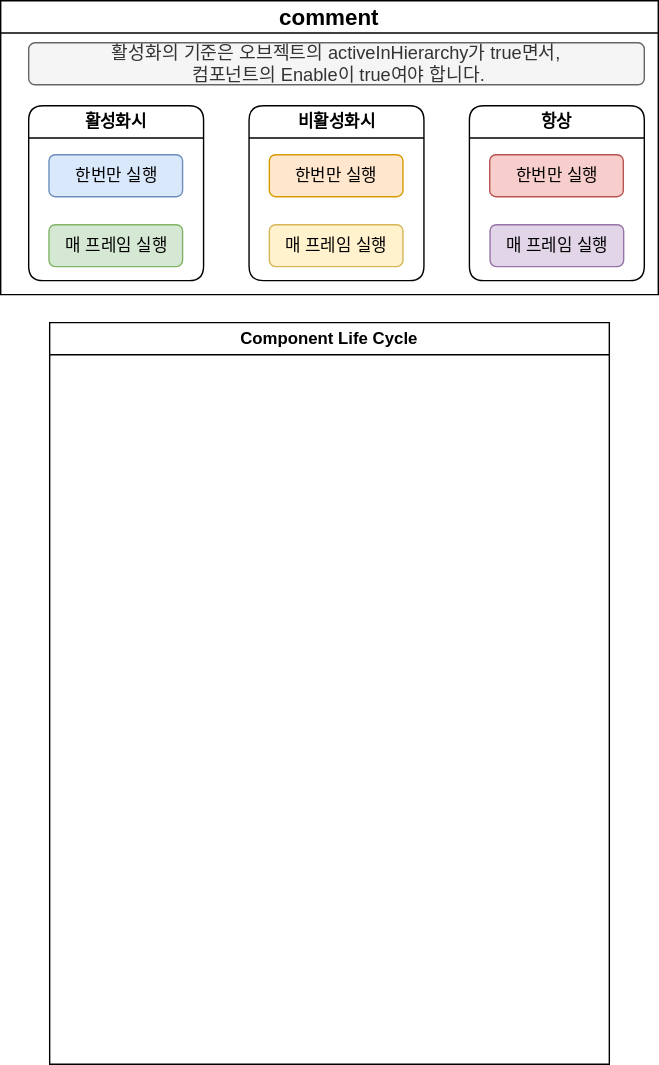
This is Diagram/ComponentLifeCycleFlowchart.drawio.svg from Scarecrow37/VanishingGround, a draw.io export, as it was before one commit. Source tidied: cells renumbered, new cells last; positions are measured from the earlier drawing's top-left corner, leaving out a move shared by most shapes.
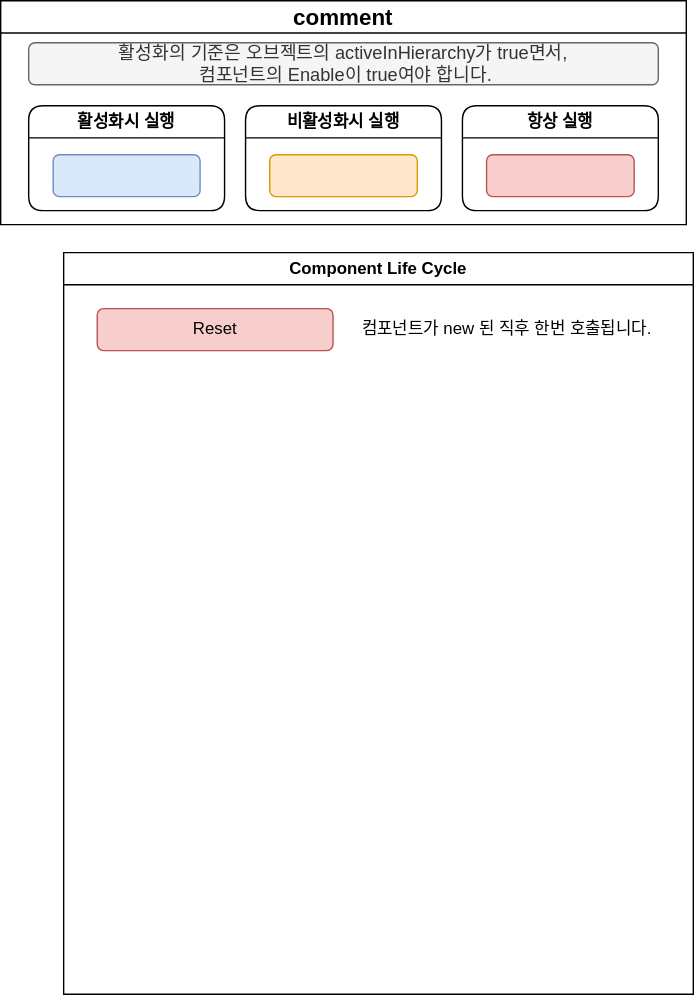
After the change.

Change to the diagram source:
```diff
@@ -3,40 +3,37 @@
     <mxCell id="0" />
     <mxCell id="1" parent="0" />
     <mxCell id="2" value="Component Life Cycle" style="swimlane;whiteSpace=wrap;html=1;" parent="1" vertex="1">
-      <mxGeometry x="35" y="230" width="400" height="530" as="geometry" />
+      <mxGeometry x="45" y="230" width="450" height="530" as="geometry" />
     </mxCell>
+    <mxCell id="14" value="Reset" style="rounded=1;whiteSpace=wrap;html=1;fillColor=#f8cecc;strokeColor=#b85450;" parent="2" vertex="1">
+      <mxGeometry x="24" y="40" width="168.5" height="30" as="geometry" />
+    </mxCell>
+    <mxCell id="15" value="컴포넌트가 new 된 직후 한번 호출됩니다." style="text;html=1;align=center;verticalAlign=middle;whiteSpace=wrap;rounded=0;" parent="2" vertex="1">
+      <mxGeometry x="192.5" y="40" width="247.5" height="30" as="geometry" />
+    </mxCell>
     <mxCell id="3" value="&lt;span style=&quot;font-family: Arial, sans-serif; text-align: start;&quot;&gt;&lt;font style=&quot;color: rgb(0, 0, 0); font-size: 16px;&quot;&gt;comment&lt;/font&gt;&lt;/span&gt;" style="swimlane;whiteSpace=wrap;html=1;" parent="1" vertex="1">
-      <mxGeometry width="470" height="210" as="geometry" />
+      <mxGeometry y="50" width="490" height="160" as="geometry" />
     </mxCell>
     <mxCell id="4" value="&lt;font style=&quot;font-size: 13px;&quot;&gt;활성화의 기준은 오브젝트의 activeInHierarchy가 true면서,&lt;/font&gt;&lt;div&gt;&lt;font style=&quot;font-size: 13px;&quot;&gt;&amp;nbsp;컴포넌트의 Enable이 true여야 합니다.&lt;/font&gt;&lt;/div&gt;" style="text;html=1;align=center;verticalAlign=middle;whiteSpace=wrap;rounded=1;fillColor=#f5f5f5;strokeColor=#666666;fontColor=#333333;" parent="3" vertex="1">
-      <mxGeometry x="20" y="30" width="440" height="30" as="geometry" />
+      <mxGeometry x="20" y="30" width="450" height="30" as="geometry" />
     </mxCell>
-    <mxCell id="5" value="활성화시" style="swimlane;whiteSpace=wrap;html=1;rounded=1;" parent="3" vertex="1">
-      <mxGeometry x="20" y="75" width="125" height="125" as="geometry" />
+    <mxCell id="5" value="활성화시 실행" style="swimlane;whiteSpace=wrap;html=1;rounded=1;" parent="3" vertex="1">
+      <mxGeometry x="20" y="75" width="140" height="75" as="geometry" />
     </mxCell>
-    <mxCell id="6" value="매 프레임 실행" style="rounded=1;whiteSpace=wrap;html=1;fillColor=#d5e8d4;strokeColor=#82b366;" parent="5" vertex="1">
-      <mxGeometry x="14.5" y="85" width="95.5" height="30" as="geometry" />
-    </mxCell>
-    <mxCell id="7" value="한번만 실행" style="rounded=1;whiteSpace=wrap;html=1;fillColor=#dae8fc;strokeColor=#6c8ebf;" parent="5" vertex="1">
-      <mxGeometry x="14.5" y="35" width="95.5" height="30" as="geometry" />
+    <mxCell id="7" style="rounded=1;whiteSpace=wrap;html=1;fillColor=#dae8fc;strokeColor=#6c8ebf;" parent="5" vertex="1">
+      <mxGeometry x="17.5" y="35" width="105" height="30" as="geometry" />
     </mxCell>
-    <mxCell id="8" value="비활성화시" style="swimlane;whiteSpace=wrap;html=1;rounded=1;" parent="3" vertex="1">
-      <mxGeometry x="177.5" y="75" width="125" height="125" as="geometry" />
+    <mxCell id="8" value="비활성화시 실행" style="swimlane;whiteSpace=wrap;html=1;rounded=1;" parent="3" vertex="1">
+      <mxGeometry x="175" y="75" width="140" height="75" as="geometry" />
     </mxCell>
-    <mxCell id="9" value="매 프레임 실행" style="rounded=1;whiteSpace=wrap;html=1;fillColor=#fff2cc;strokeColor=#d6b656;" parent="8" vertex="1">
-      <mxGeometry x="14.5" y="85" width="95.5" height="30" as="geometry" />
-    </mxCell>
-    <mxCell id="10" value="한번만 실행" style="rounded=1;whiteSpace=wrap;html=1;fillColor=#ffe6cc;strokeColor=#d79b00;" parent="8" vertex="1">
-      <mxGeometry x="14.5" y="35" width="95.5" height="30" as="geometry" />
+    <mxCell id="10" style="rounded=1;whiteSpace=wrap;html=1;fillColor=#ffe6cc;strokeColor=#d79b00;" parent="8" vertex="1">
+      <mxGeometry x="17.2" y="35" width="105.5" height="30" as="geometry" />
     </mxCell>
-    <mxCell id="11" value="항상" style="swimlane;whiteSpace=wrap;html=1;rounded=1;" parent="3" vertex="1">
-      <mxGeometry x="335" y="75" width="125" height="125" as="geometry" />
+    <mxCell id="11" value="항상 실행" style="swimlane;whiteSpace=wrap;html=1;rounded=1;" parent="3" vertex="1">
+      <mxGeometry x="330" y="75" width="140" height="75" as="geometry" />
     </mxCell>
-    <mxCell id="12" value="매 프레임 실행" style="rounded=1;whiteSpace=wrap;html=1;fillColor=#e1d5e7;strokeColor=#9673a6;" parent="11" vertex="1">
-      <mxGeometry x="14.8" y="85" width="95.5" height="30" as="geometry" />
-    </mxCell>
-    <mxCell id="13" value="한번만 실행" style="rounded=1;whiteSpace=wrap;html=1;fillColor=#f8cecc;strokeColor=#b85450;" parent="11" vertex="1">
-      <mxGeometry x="14.5" y="35" width="95.5" height="30" as="geometry" />
+    <mxCell id="13" style="rounded=1;whiteSpace=wrap;html=1;fillColor=#f8cecc;strokeColor=#b85450;" parent="11" vertex="1">
+      <mxGeometry x="17.2" y="35" width="105.5" height="30" as="geometry" />
     </mxCell>
   </root>
 </mxGraphModel>
```
